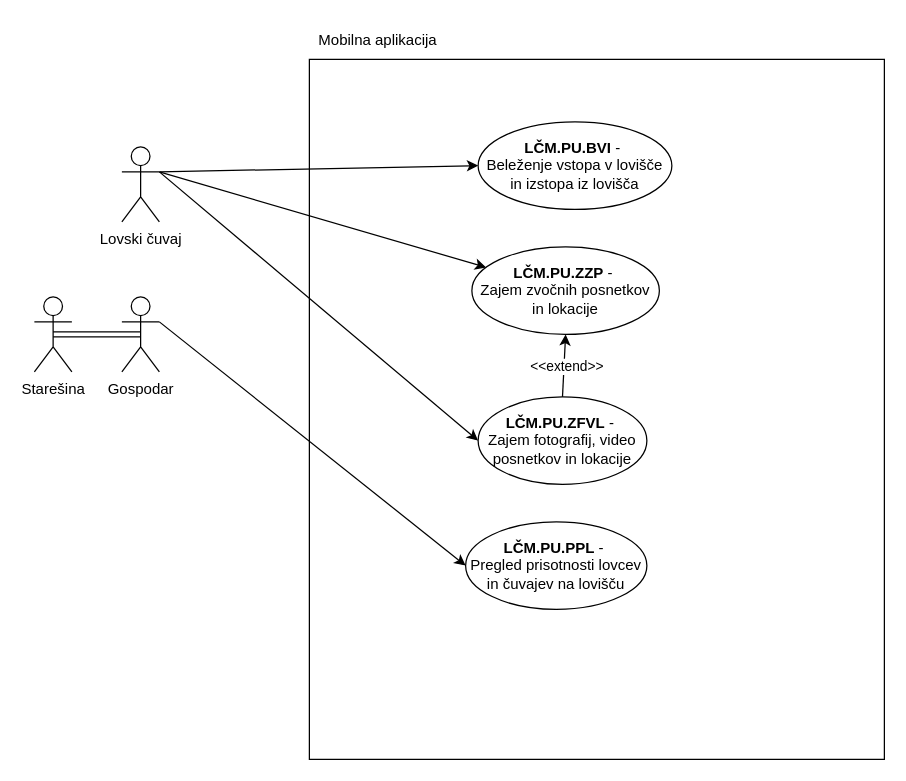
Earlier version of the draw.io diagram Lovski cuvaj-Mobilna aplikacija.drawio (ErnestISv/Lovstvo). Source tidied: cells renumbered, new cells numbered last; positions are measured from the earlier drawing's top-left corner, leaving out a move shared by most shapes. Both pictures are drawn from the tidied source at 125%, with x=0, y=0 at pixel (34, 21).
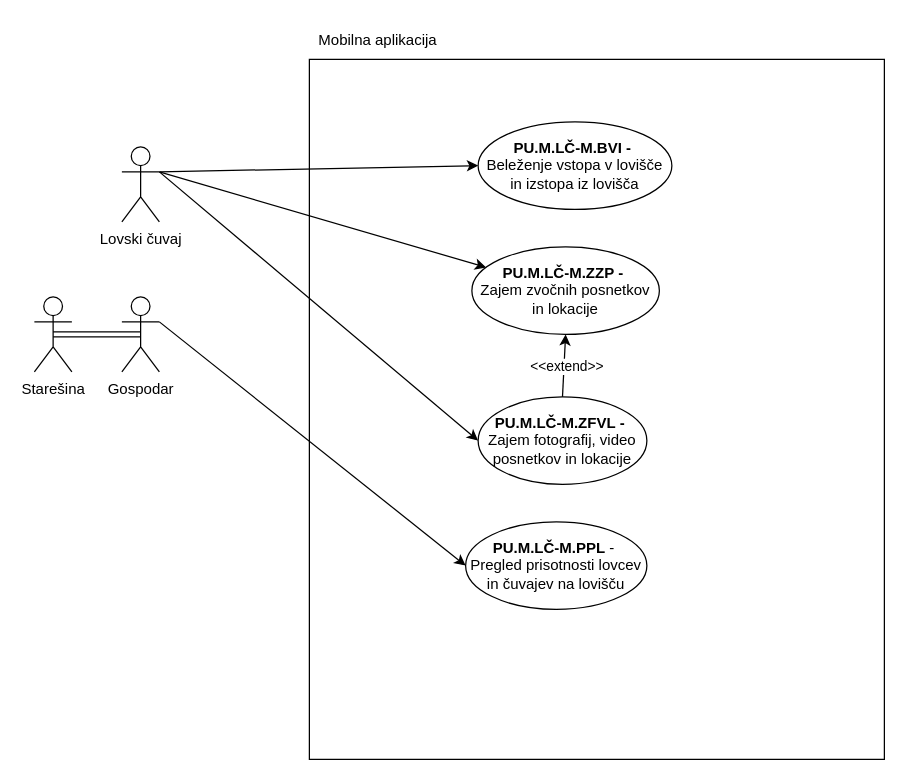
After the change.

Change to the diagram source:
```diff
@@
 <mxGraphModel>
   <root>
     <mxCell id="0" />
     <mxCell id="1" parent="0" />
     <mxCell id="2" style="rounded=0;whiteSpace=wrap;html=1;" parent="1" vertex="1">
       <mxGeometry x="220" y="30" width="460" height="560" as="geometry" />
     </mxCell>
     <mxCell id="3" value="Lovski čuvaj" style="shape=umlActor;verticalLabelPosition=bottom;verticalAlign=top;html=1;outlineConnect=0;" parent="1" vertex="1">
       <mxGeometry x="70" y="100" width="30" height="60" as="geometry" />
     </mxCell>
     <mxCell id="4" style="edgeStyle=orthogonalEdgeStyle;shape=link;rounded=0;jettySize=auto;html=1;exitX=0.5;exitY=0.5;exitDx=0;exitDy=0;exitPerimeter=0;entryX=0.5;entryY=0.5;entryDx=0;entryDy=0;entryPerimeter=0;" parent="1" edge="1" source="5" target="6">
       <mxGeometry relative="1" as="geometry" />
     </mxCell>
     <mxCell id="5" value="Starešina" style="shape=umlActor;verticalLabelPosition=bottom;verticalAlign=top;html=1;outlineConnect=0;" parent="1" vertex="1">
       <mxGeometry y="220" width="30" height="60" as="geometry" />
     </mxCell>
     <mxCell id="6" value="Gospodar" style="shape=umlActor;verticalLabelPosition=bottom;verticalAlign=top;html=1;outlineConnect=0;" parent="1" vertex="1">
       <mxGeometry x="70" y="220" width="30" height="60" as="geometry" />
     </mxCell>
-    <mxCell id="7" value="&lt;b&gt;LČM.PU.ZZP&lt;/b&gt; -&amp;nbsp;&lt;div&gt;Zajem zvočnih posnetkov in lokacije&lt;/div&gt;" style="ellipse;whiteSpace=wrap;html=1;" parent="1" vertex="1">
+    <mxCell id="7" value="&lt;b&gt;PU.M.LČ-M.ZZP&amp;nbsp;-&amp;nbsp;&lt;/b&gt;&lt;div&gt;Zajem zvočnih posnetkov in lokacije&lt;/div&gt;" style="ellipse;whiteSpace=wrap;html=1;" parent="1" vertex="1">
       <mxGeometry x="350" y="180" width="150" height="70" as="geometry" />
     </mxCell>
     <mxCell id="8" style="endArrow=classic;html=1;rounded=0;exitX=1;exitY=0.3333333333333333;exitDx=0;exitDy=0;exitPerimeter=0;" parent="1" edge="1" source="3" target="7">
       <mxGeometry relative="1" as="geometry" />
     </mxCell>
-    <mxCell id="9" value="&lt;b&gt;LČM.PU.ZFVL&lt;/b&gt; -&amp;nbsp;&lt;div&gt;Zajem fotografij, video posnetkov in lokacije&lt;/div&gt;" style="ellipse;whiteSpace=wrap;html=1;" parent="1" vertex="1">
+    <mxCell id="9" value="&lt;b&gt;PU.M.LČ-M.ZFVL&amp;nbsp;-&amp;nbsp;&lt;/b&gt;&lt;div&gt;Zajem fotografij, video posnetkov in lokacije&lt;/div&gt;" style="ellipse;whiteSpace=wrap;html=1;" parent="1" vertex="1">
       <mxGeometry x="355" y="300" width="135" height="70" as="geometry" />
     </mxCell>
     <mxCell id="10" style="endArrow=classic;html=1;rounded=0;entryX=0;entryY=0.5;entryDx=0;entryDy=0;" parent="1" edge="1" target="9">
       <mxGeometry relative="1" as="geometry">
         <mxPoint x="100" y="120" as="sourcePoint" />
       </mxGeometry>
     </mxCell>
     <mxCell id="11" value="Mobilna aplikacija" style="text;html=1;align=center;verticalAlign=middle;whiteSpace=wrap;rounded=0;" parent="1" vertex="1">
       <mxGeometry x="220" width="110" height="30" as="geometry" />
     </mxCell>
-    <mxCell id="12" value="&lt;b&gt;LČM.PU.PPL&lt;/b&gt; -&amp;nbsp;&lt;div&gt;Pregled prisotnosti lovcev in čuvajev na lovišču&lt;/div&gt;" style="ellipse;whiteSpace=wrap;html=1;" parent="1" vertex="1">
+    <mxCell id="12" value="&lt;b&gt;PU.M.LČ-M.PPL&amp;nbsp;&lt;/b&gt;-&amp;nbsp;&lt;div&gt;Pregled prisotnosti lovcev in čuvajev na lovišču&lt;/div&gt;" style="ellipse;whiteSpace=wrap;html=1;" parent="1" vertex="1">
       <mxGeometry x="345" y="400" width="145" height="70" as="geometry" />
     </mxCell>
     <mxCell id="13" style="endArrow=classic;html=1;rounded=0;exitX=1;exitY=0.3333333333333333;exitDx=0;exitDy=0;exitPerimeter=0;entryX=0;entryY=0.5;entryDx=0;entryDy=0;" parent="1" edge="1" source="6" target="12">
       <mxGeometry relative="1" as="geometry" />
     </mxCell>
-    <mxCell id="14" value="&lt;b&gt;LČM.PU.BVI&lt;/b&gt; -&amp;nbsp;&lt;div&gt;Beleženje vstopa v lovišče in izstopa iz lovišča&lt;/div&gt;" style="ellipse;whiteSpace=wrap;html=1;" parent="1" vertex="1">
+    <mxCell id="14" value="&lt;b&gt;PU.M.LČ-M.BVI -&amp;nbsp;&lt;/b&gt;&lt;div&gt;Beleženje vstopa v lovišče in izstopa iz lovišča&lt;/div&gt;" style="ellipse;whiteSpace=wrap;html=1;" parent="1" vertex="1">
       <mxGeometry x="355" y="80" width="155" height="70" as="geometry" />
     </mxCell>
     <mxCell id="15" style="endArrow=classic;html=1;rounded=0;entryX=0;entryY=0.5;entryDx=0;entryDy=0;" parent="1" edge="1" target="14">
       <mxGeometry relative="1" as="geometry">
         <mxPoint x="100" y="120" as="sourcePoint" />
       </mxGeometry>
     </mxCell>
     <mxCell id="16" style="endArrow=classic;html=1;rounded=0;exitX=0.5;exitY=0;exitDx=0;exitDy=0;entryX=0.5;entryY=1;entryDx=0;entryDy=0;" parent="1" edge="1" source="9" target="7">
       <mxGeometry relative="1" as="geometry" />
     </mxCell>
     <mxCell id="17" value="&amp;lt;&amp;lt;extend&amp;gt;&amp;gt;" style="edgeLabel;html=1;align=center;verticalAlign=middle;" parent="16" vertex="1">
       <mxGeometry y="-2" relative="1" as="geometry" />
     </mxCell>
   </root>
 </mxGraphModel>
```
